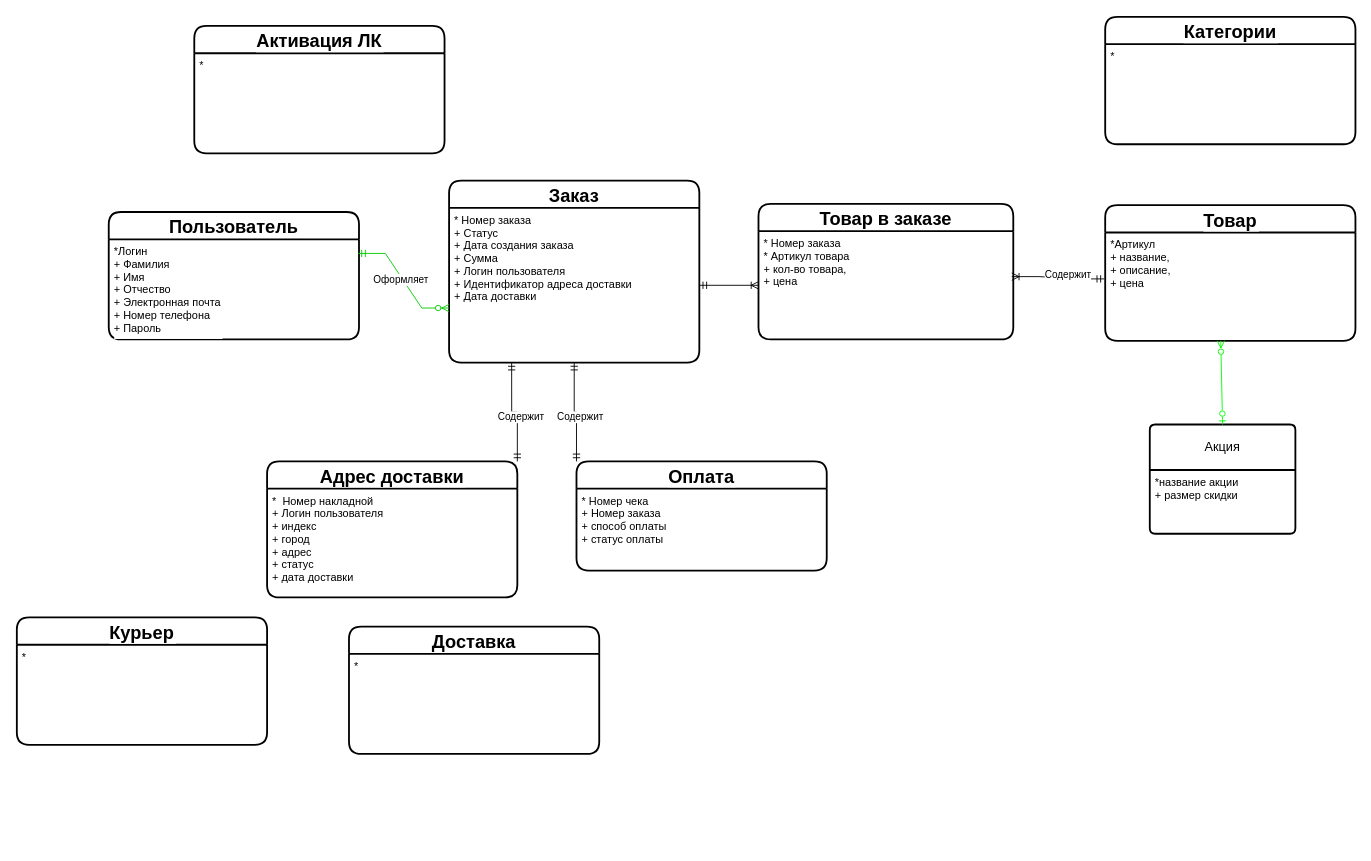
nadinzagadka/- keeps this draw.io diagram as Диаграмма без названия.drawio. Above is the earlier version. Source tidied: cells renumbered, new cells numbered last; positions are measured from the earlier drawing's top-left corner, leaving out a move shared by most shapes. Both pictures are drawn from the tidied source at 91%, with x=0, y=0 at pixel (16, 16).
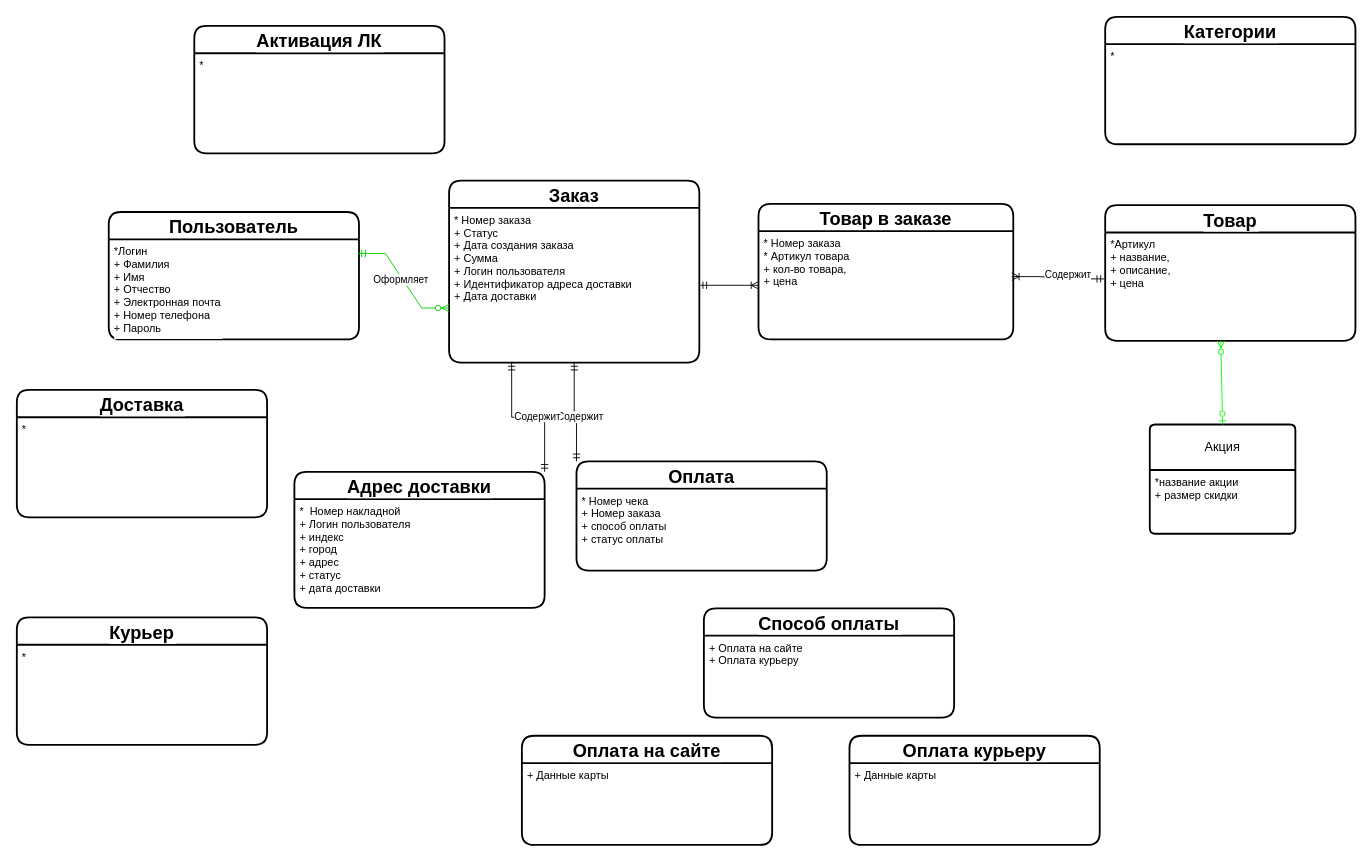
The same page after the edit.

Diff of the diagram source:
```diff
@@
     <mxCell id="6" value="Адрес доставки" style="swimlane;horizontal=1;startSize=30;rounded=1;fontSize=20;fontStyle=1;strokeWidth=2;shadow=0;dashed=0;align=center;labelBackgroundColor=#FFFFFF;labelBorderColor=none;" parent="1" vertex="1">
-      <mxGeometry x="275" y="488.5" width="275" height="149.5" as="geometry" />
+      <mxGeometry x="305" y="500" width="275" height="149.5" as="geometry" />
     </mxCell>
@@
     <mxCell id="28" value="Доставка" style="swimlane;horizontal=1;startSize=30;rounded=1;fontSize=20;fontStyle=1;strokeWidth=2;shadow=0;dashed=0;align=center;labelBackgroundColor=#FFFFFF;labelBorderColor=none;" parent="1" vertex="1">
-      <mxGeometry x="365" y="670" width="275" height="140" as="geometry" />
+      <mxGeometry y="410" width="275" height="140" as="geometry" />
     </mxCell>
@@
+    <mxCell id="34" value="Оплата на сайте" style="swimlane;horizontal=1;startSize=30;rounded=1;fontSize=20;fontStyle=1;strokeWidth=2;shadow=0;dashed=0;align=center;labelBackgroundColor=#FFFFFF;labelBorderColor=none;" parent="1" vertex="1">
+      <mxGeometry x="555" y="790" width="275" height="120" as="geometry" />
+    </mxCell>
+    <mxCell id="35" value="+ Данные карты&#10;" style="align=left;strokeColor=none;fillColor=none;spacingLeft=4;fontSize=12;verticalAlign=top;labelBackgroundColor=#FFFFFF;labelBorderColor=none;" parent="34" vertex="1">
+      <mxGeometry y="30" width="275" height="90" as="geometry" />
+    </mxCell>
+    <mxCell id="36" value="Способ оплаты" style="swimlane;horizontal=1;startSize=30;rounded=1;fontSize=20;fontStyle=1;strokeWidth=2;shadow=0;dashed=0;align=center;labelBackgroundColor=#FFFFFF;labelBorderColor=none;" parent="1" vertex="1">
+      <mxGeometry x="755" y="650" width="275" height="120" as="geometry" />
+    </mxCell>
+    <mxCell id="37" value="+ Оплата на сайте&#10;+ Оплата курьеру" style="align=left;strokeColor=none;fillColor=none;spacingLeft=4;fontSize=12;verticalAlign=top;labelBackgroundColor=#FFFFFF;labelBorderColor=none;" parent="36" vertex="1">
+      <mxGeometry y="30" width="275" height="90" as="geometry" />
+    </mxCell>
+    <mxCell id="38" value="Оплата курьеру" style="swimlane;horizontal=1;startSize=30;rounded=1;fontSize=20;fontStyle=1;strokeWidth=2;shadow=0;dashed=0;align=center;labelBackgroundColor=#FFFFFF;labelBorderColor=none;" parent="1" vertex="1">
+      <mxGeometry x="915" y="790" width="275" height="120" as="geometry" />
+    </mxCell>
+    <mxCell id="39" value="+ Данные карты&#10;" style="align=left;strokeColor=none;fillColor=none;spacingLeft=4;fontSize=12;verticalAlign=top;labelBackgroundColor=#FFFFFF;labelBorderColor=none;" parent="38" vertex="1">
+      <mxGeometry y="30" width="275" height="90" as="geometry" />
+    </mxCell>
```
